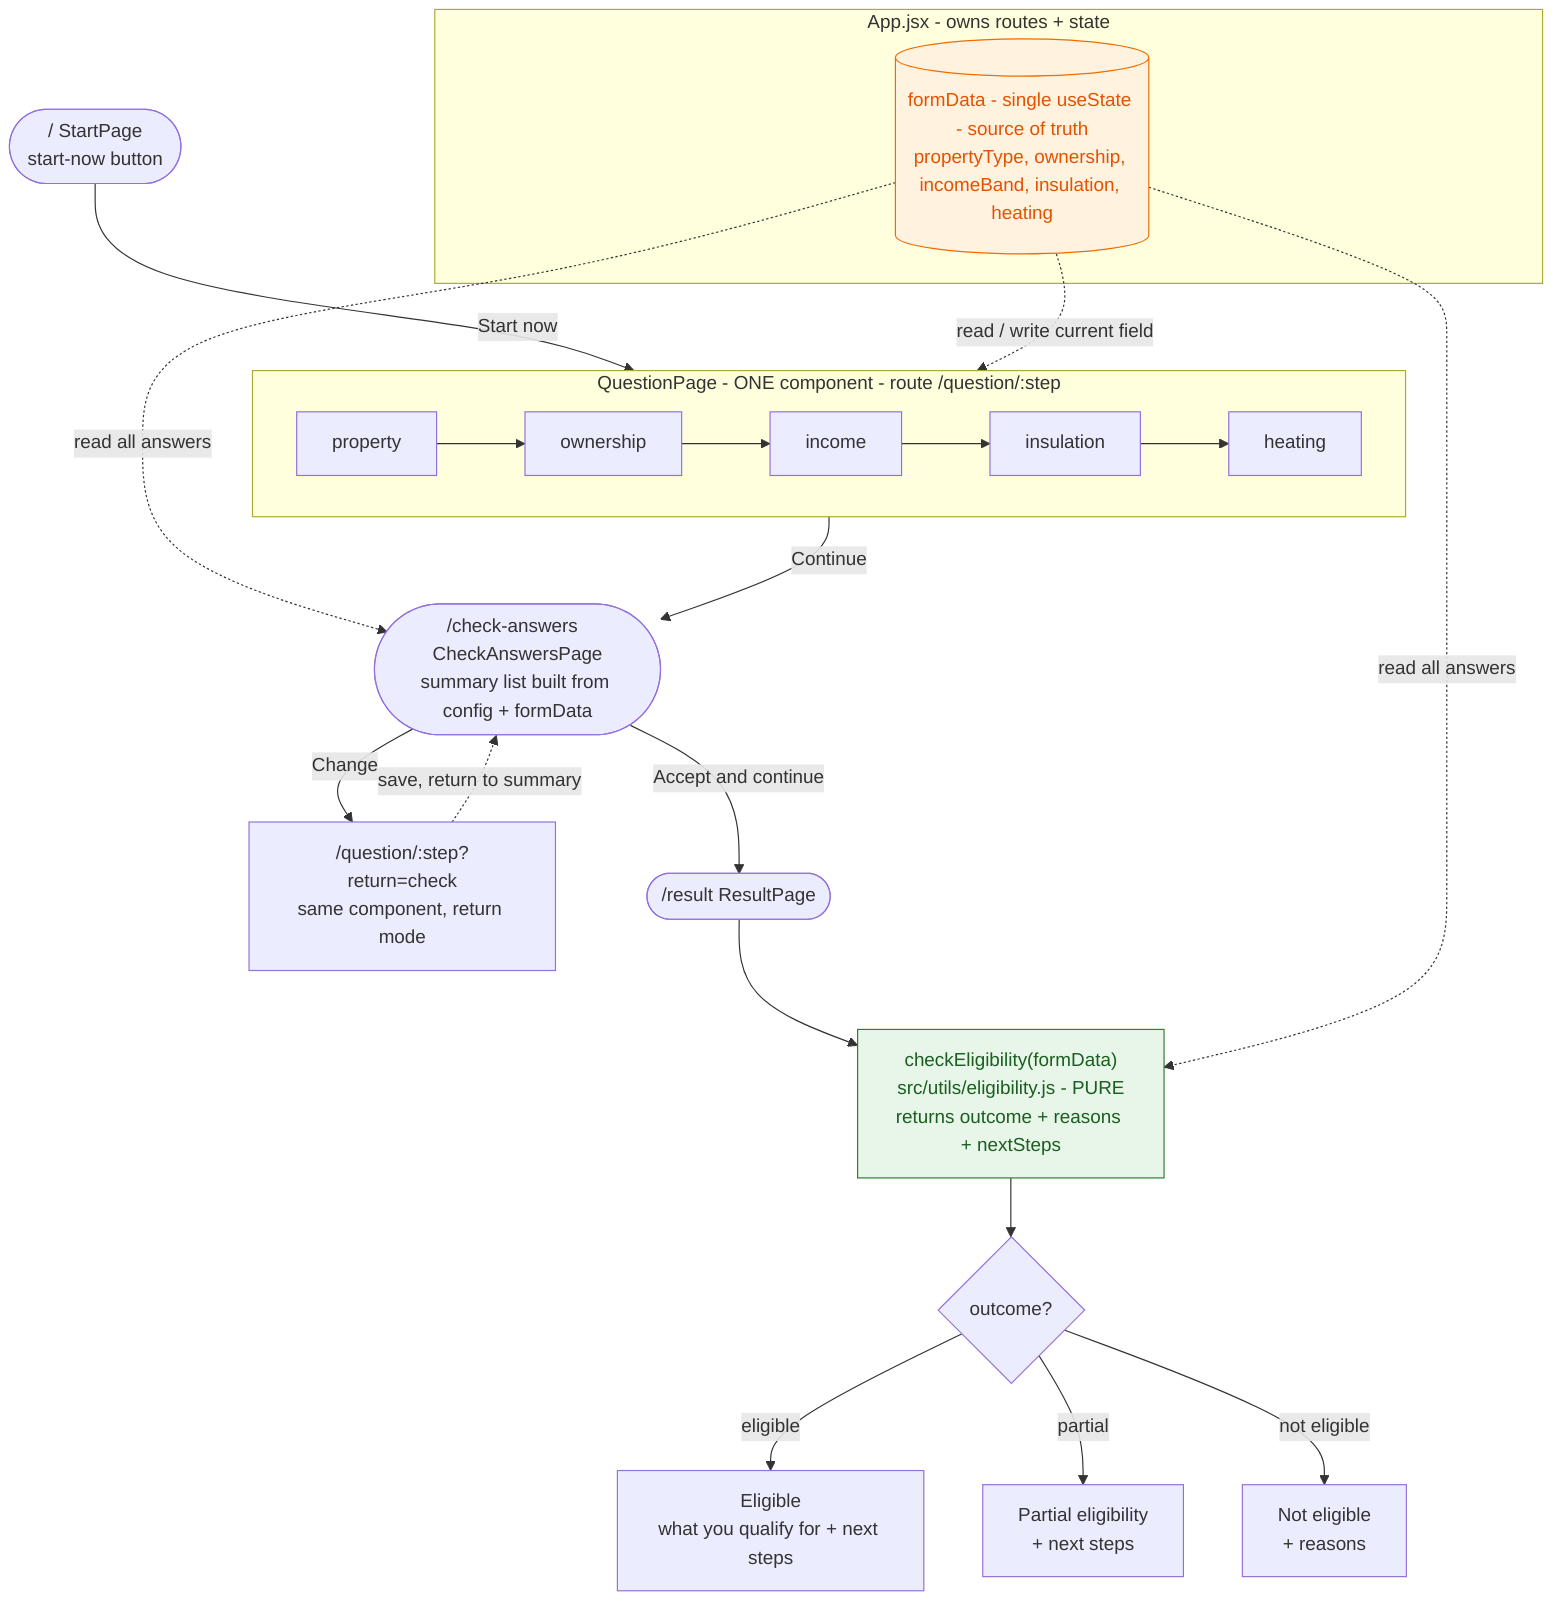
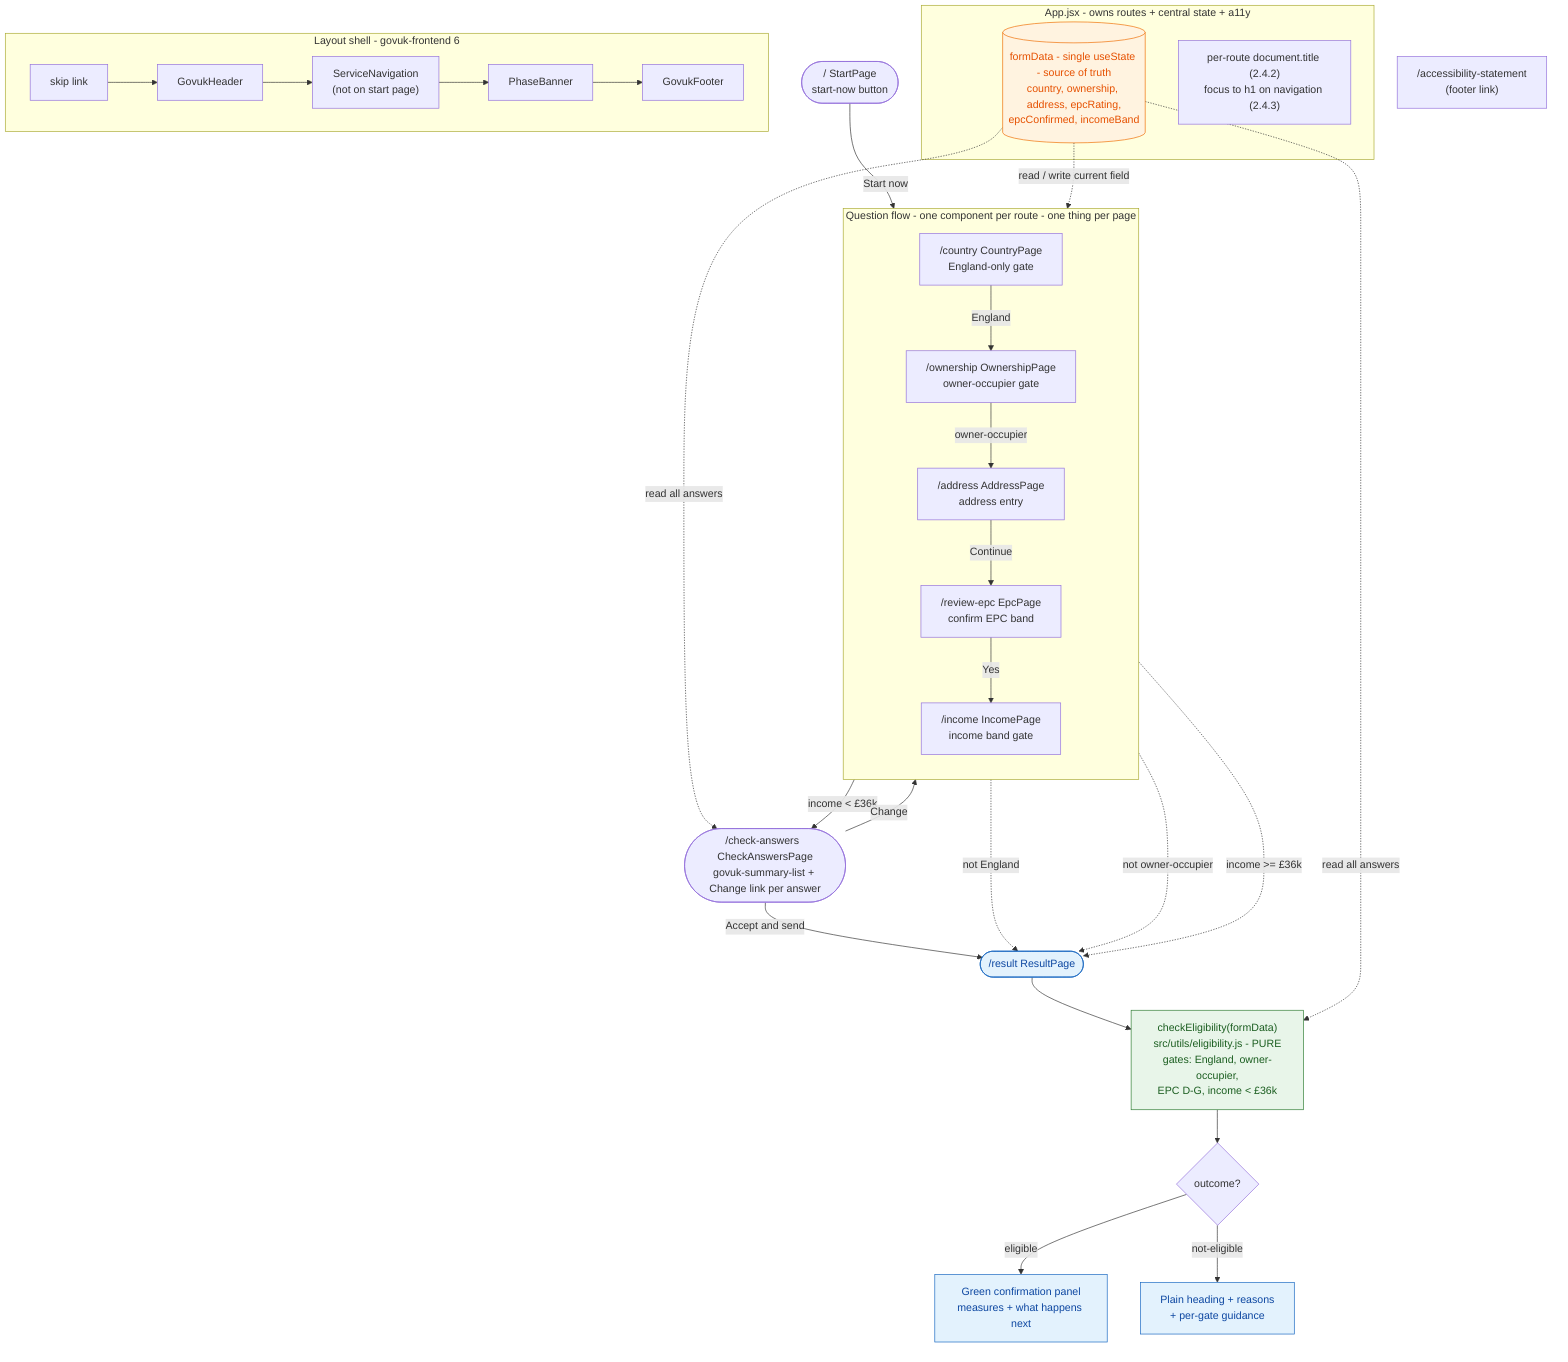
flowchart TD
    Start(["/  StartPage<br/>start-now button"])

-     subgraph QP["QuestionPage - ONE component - route /question/:step"]
-         direction LR
-         S1["property"] --> S2["ownership"] --> S3["income"] --> S4["insulation"] --> S5["heating"]
+     subgraph Flow["Question flow - one component per route - one thing per page"]
+         direction TB
+         Q1["/country  CountryPage<br/>England-only gate"]
+         Q2["/ownership  OwnershipPage<br/>owner-occupier gate"]
+         Q3["/address  AddressPage<br/>address entry"]
+         Q4["/review-epc  EpcPage<br/>confirm EPC band"]
+         Q5["/income  IncomePage<br/>income band gate"]
+         Q1 -->|"England"| Q2
+         Q2 -->|"owner-occupier"| Q3
+         Q3 -->|"Continue"| Q4
+         Q4 -->|"Yes"| Q5
    end

-     subgraph App["App.jsx - owns routes + state"]
-         State[("formData - single useState - source of truth<br/>propertyType, ownership, incomeBand, insulation, heating")]
+     subgraph App["App.jsx - owns routes + central state + a11y"]
+         State[("formData - single useState - source of truth<br/>country, ownership, address, epcRating,<br/>epcConfirmed, incomeBand")]
+         A11y["per-route document.title (2.4.2)<br/>focus to h1 on navigation (2.4.3)"]
    end

-     Start -->|"Start now"| S1
-     S5 -->|"Continue"| CYA(["/check-answers  CheckAnswersPage<br/>summary list built from config + formData"])
-     CYA -->|"Change"| Ret["/question/:step?return=check<br/>same component, return mode"]
-     Ret -.->|"save, return to summary"| CYA
-     CYA -->|"Accept and continue"| Result(["/result  ResultPage"])
-     Result --> Elig["checkEligibility(formData)<br/>src/utils/eligibility.js - PURE<br/>returns outcome + reasons + nextSteps"]
+     Start -->|"Start now"| Q1
+     Q5 -->|"income < £36k"| CYA(["/check-answers  CheckAnswersPage<br/>govuk-summary-list + Change link per answer"])
+     CYA -->|"Change"| Q1
+     CYA -->|"Accept and send"| Result(["/result  ResultPage"])
+ 
+     %% Gates route straight to the result on failure
+     Q1 -.->|"not England"| Result
+     Q2 -.->|"not owner-occupier"| Result
+     Q5 -.->|"income >= £36k"| Result
+ 
+     Result --> Elig["checkEligibility(formData)<br/>src/utils/eligibility.js - PURE<br/>gates: England, owner-occupier,<br/>EPC D-G, income < £36k"]
    Elig --> O{"outcome?"}
-     O -->|"eligible"| R1["Eligible<br/>what you qualify for + next steps"]
-     O -->|"partial"| R2["Partial eligibility<br/>+ next steps"]
-     O -->|"not eligible"| R3["Not eligible<br/>+ reasons"]
+     O -->|"eligible"| R1["Green confirmation panel<br/>measures + what happens next"]
+     O -->|"not-eligible"| R2["Plain heading + reasons<br/>+ per-gate guidance"]

-     State -.->|"read / write current field"| QP
+     Footer["/accessibility-statement<br/>(footer link)"]
+ 
+     State -.->|"read / write current field"| Flow
    State -.->|"read all answers"| CYA
    State -.->|"read all answers"| Elig

+     subgraph Shell["Layout shell - govuk-frontend 6"]
+         direction LR
+         SkipLink["skip link"] --> Header["GovukHeader"] --> SvcNav["ServiceNavigation<br/>(not on start page)"] --> Phase["PhaseBanner"] --> FooterC["GovukFooter"]
+     end
+ 
    classDef pure fill:#e8f5e9,stroke:#2e7d32,color:#1b5e20;
    classDef store fill:#fff3e0,stroke:#ef6c00,color:#e65100;
+     classDef result fill:#e3f2fd,stroke:#1565c0,color:#0d47a1;
    class Elig pure;
    class State store;
- 
+     class Result,R1,R2 result;
